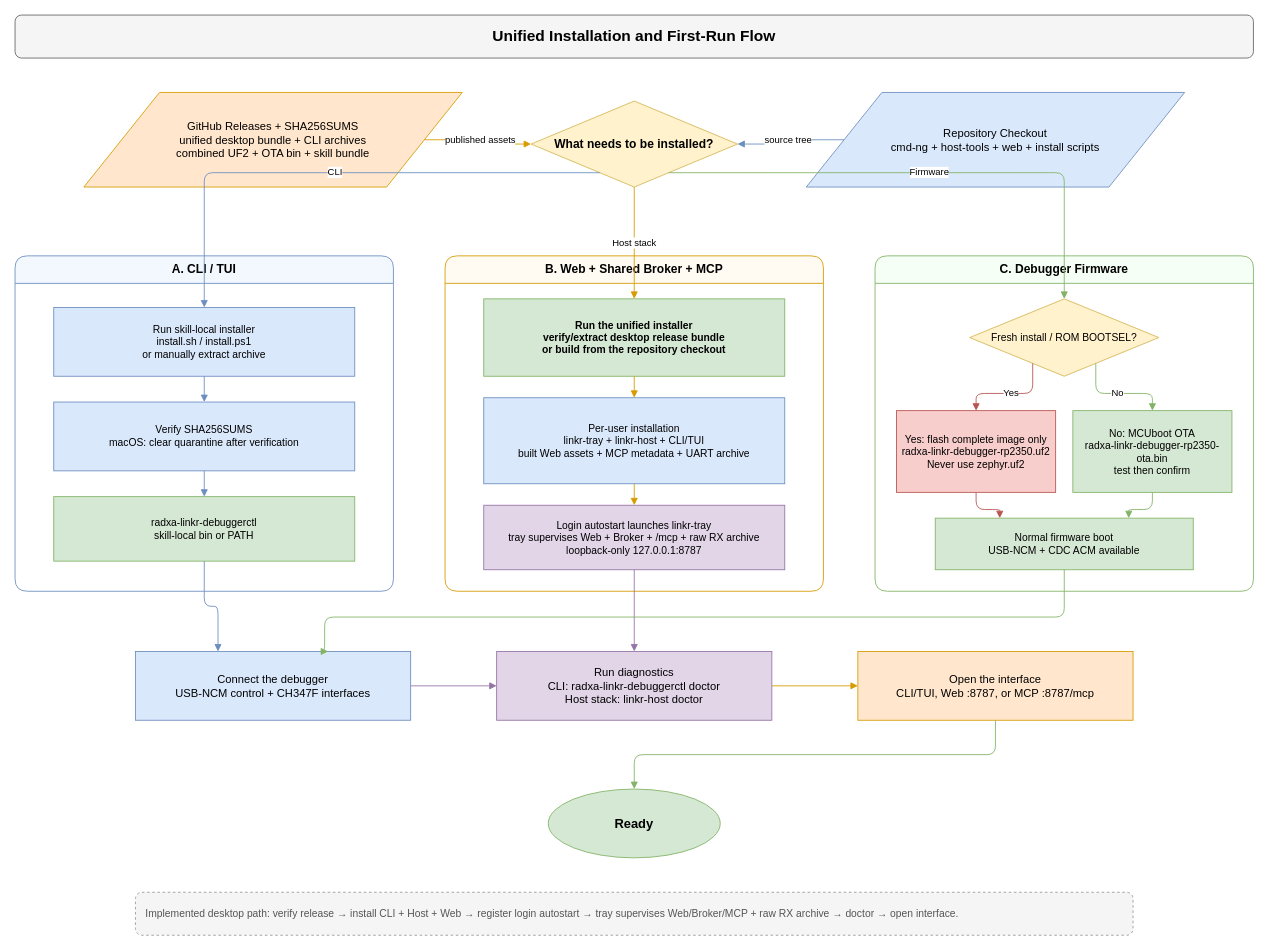
xzl01/agent-debugboard keeps this draw.io diagram as docs/assets/architecture/current-installation-flow.drawio. Above is the earlier version. Source tidied: cells renumbered, new cells numbered last; positions are measured from the earlier drawing's top-left corner, leaving out a move shared by most shapes. Both pictures are drawn from the tidied source at 86%, with x=0, y=0 at pixel (15, 15).
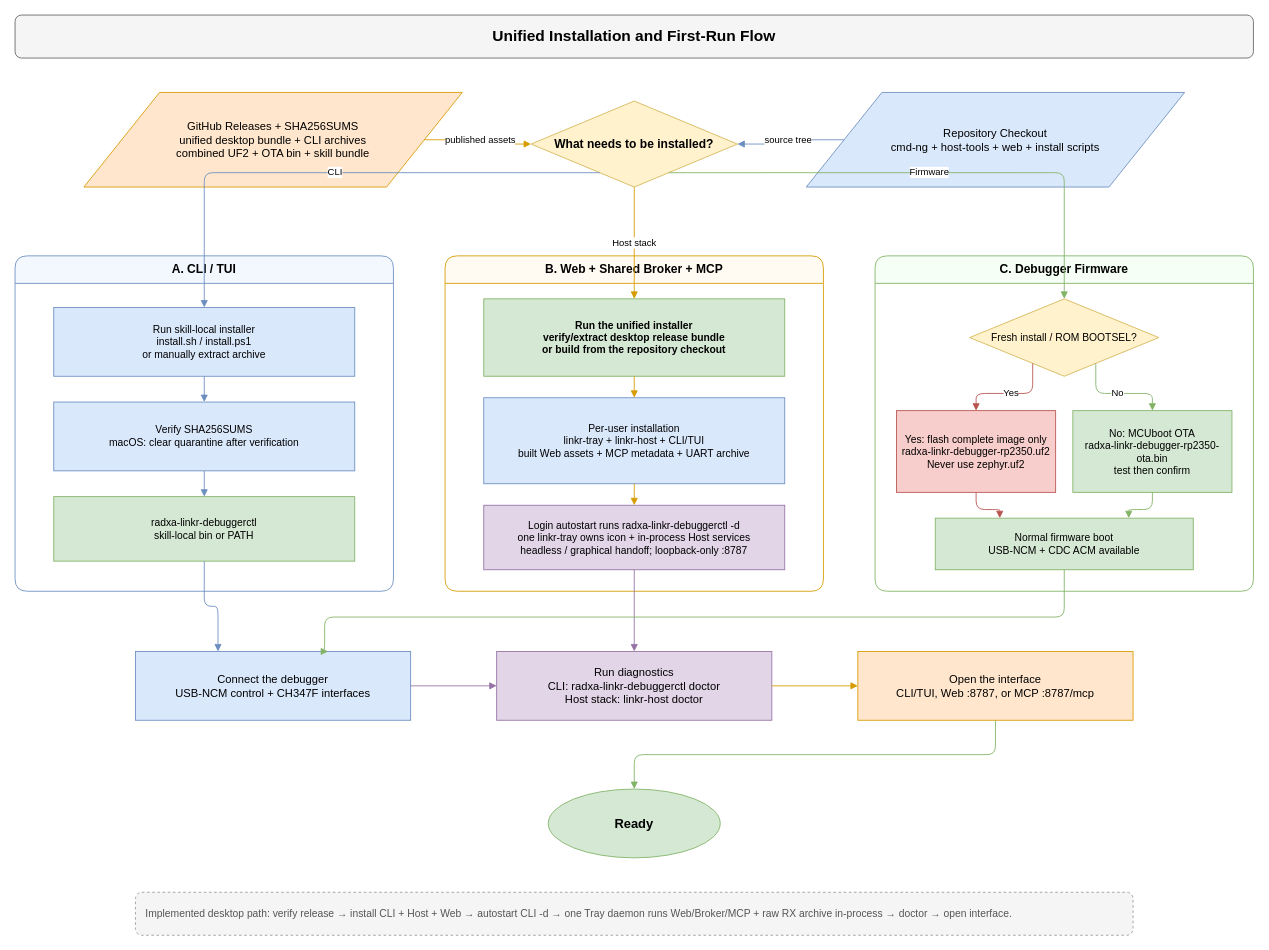
After the change.

The change refers to these unchanged cells:
```xml
<mxCell id="10" value="B. Web + Shared Broker + MCP" style="swimlane;startSize=32;rounded=1;whiteSpace=wrap;html=1;fillColor=#fffaf2;strokeColor=#d79b00;fontStyle=1;fontSize=14;" parent="1" vertex="1">
  <mxGeometry x="500" y="280" width="440" height="390" as="geometry" />
</mxCell>
```

The edit, as a diff of the source:
```diff
@@
-    <mxCell id="13" value="Login autostart launches linkr-tray&#10;tray supervises Web + Broker + /mcp + raw RX archive&#10;loopback-only 127.0.0.1:8787" style="rounded=0;whiteSpace=wrap;html=1;fillColor=#e1d5e7;strokeColor=#9673a6;fontSize=12;" parent="10" vertex="1">
+    <mxCell id="13" value="Login autostart runs radxa-linkr-debuggerctl -d&#10;one linkr-tray owns icon + in-process Host services&#10;headless / graphical handoff; loopback-only :8787" style="rounded=0;whiteSpace=wrap;html=1;fillColor=#e1d5e7;strokeColor=#9673a6;fontSize=12;" parent="10" vertex="1">
       <mxGeometry x="45" y="290" width="350" height="75" as="geometry" />
     </mxCell>
@@
-    <mxCell id="23" value="Implemented desktop path: verify release → install CLI + Host + Web → register login autostart → tray supervises Web/Broker/MCP + raw RX archive → doctor → open interface." style="rounded=1;whiteSpace=wrap;html=1;dashed=1;fillColor=#f5f5f5;strokeColor=#999999;fontColor=#555555;fontSize=12;align=left;spacingLeft=10;" parent="1" vertex="1">
+    <mxCell id="23" value="Implemented desktop path: verify release → install CLI + Host + Web → autostart CLI -d → one Tray daemon runs Web/Broker/MCP + raw RX archive in-process → doctor → open interface." style="rounded=1;whiteSpace=wrap;html=1;dashed=1;fillColor=#f5f5f5;strokeColor=#999999;fontColor=#555555;fontSize=12;align=left;spacingLeft=10;" parent="1" vertex="1">
       <mxGeometry x="140" y="1020" width="1160" height="50" as="geometry" />
     </mxCell>
```
